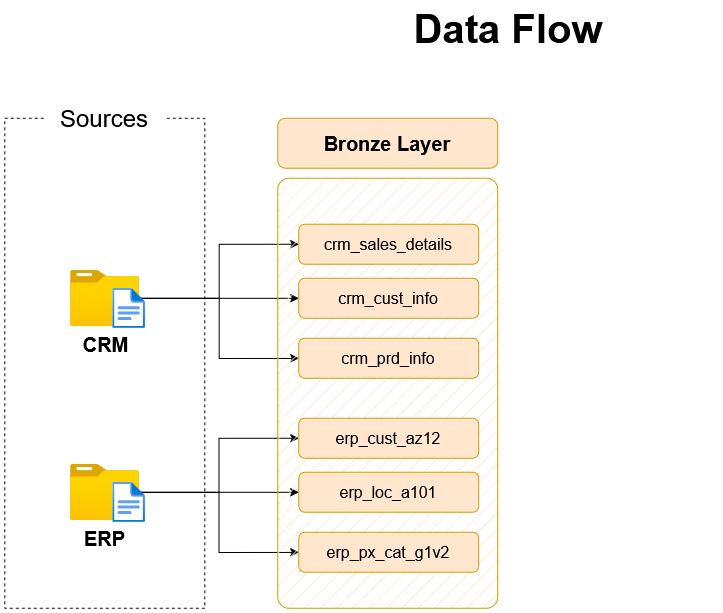
Earlier version of the draw.io export docs/3.data_flow.drawio.png (Dina-Sameh/sql-data-warehouse-project). Source tidied: cells renumbered, new cells last; positions are measured from the earlier drawing's top-left corner, leaving out a move shared by most shapes.
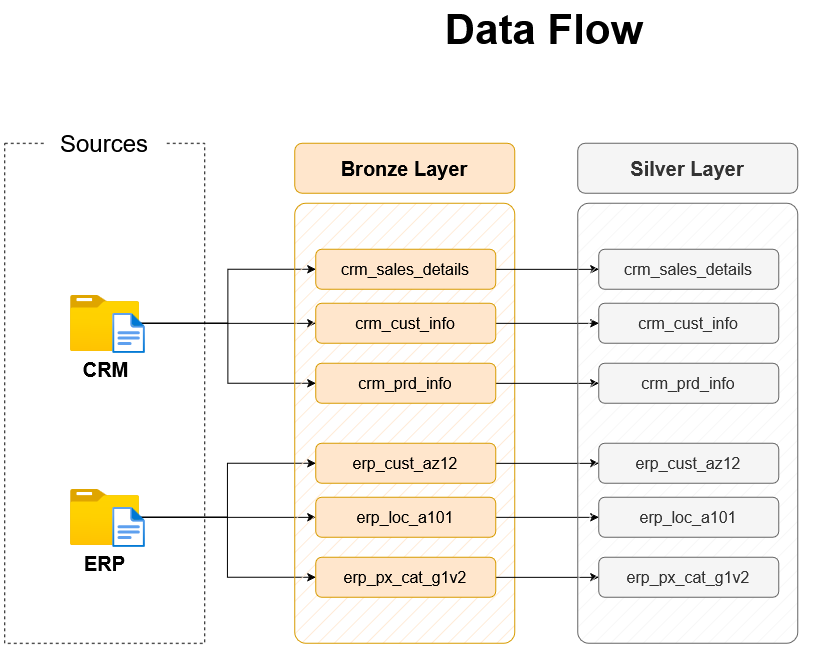
The same diagram one commit later.

Commit message:
feat(silver): add Silver layer and Bronze quality checks

What changed in the source:
```diff
@@ -2,11 +2,11 @@
   <root>
     <mxCell id="0" />
     <mxCell id="1" parent="0" />
-    <mxCell id="2" style="rounded=0;whiteSpace=wrap;html=1;fillColor=none;dashed=1;" parent="1" vertex="1">
-      <mxGeometry y="110" width="200" height="490" as="geometry" />
-    </mxCell>
+    <mxCell id="23" style="rounded=0;whiteSpace=wrap;html=1;fillColor=none;dashed=1;" parent="1" vertex="1">
+      <mxGeometry x="-17" y="110" width="200" height="500" as="geometry" />
+    </mxCell>
     <mxCell id="3" value="&lt;font style=&quot;font-size: 24px;&quot;&gt;Sources&lt;/font&gt;" style="rounded=1;whiteSpace=wrap;html=1;strokeColor=none;" parent="1" vertex="1">
-      <mxGeometry x="40" y="90" width="120" height="40" as="geometry" />
+      <mxGeometry x="23" y="90" width="120" height="40" as="geometry" />
     </mxCell>
     <mxCell id="4" style="edgeStyle=orthogonalEdgeStyle;rounded=0;jettySize=auto;html=1;entryX=0;entryY=0.5;entryDx=0;entryDy=0;" parent="1" edge="1" source="7" target="15">
       <mxGeometry relative="1" as="geometry" />
@@ -18,7 +18,7 @@
       <mxGeometry relative="1" as="geometry" />
     </mxCell>
     <mxCell id="7" value="&lt;font style=&quot;font-size: 20px;&quot;&gt;&lt;b&gt;CRM&lt;/b&gt;&lt;/font&gt;" style="image;html=1;points=[];align=center;fontSize=12;image=img/lib/azure2/general/Folder_Blank.svg;" parent="1" vertex="1">
-      <mxGeometry x="66" y="262" width="69" height="56" as="geometry" />
+      <mxGeometry x="49" y="262" width="69" height="56" as="geometry" />
     </mxCell>
     <mxCell id="8" style="edgeStyle=orthogonalEdgeStyle;rounded=0;jettySize=auto;html=1;entryX=0;entryY=0.5;entryDx=0;entryDy=0;" parent="1" edge="1" source="11" target="19">
       <mxGeometry relative="1" as="geometry" />
@@ -30,40 +30,82 @@
       <mxGeometry relative="1" as="geometry" />
     </mxCell>
     <mxCell id="11" value="&lt;font style=&quot;font-size: 20px;&quot;&gt;&lt;b&gt;ERP&lt;/b&gt;&lt;/font&gt;" style="image;html=1;points=[];align=center;fontSize=12;image=img/lib/azure2/general/Folder_Blank.svg;" parent="1" vertex="1">
-      <mxGeometry x="65.5" y="456" width="69" height="56" as="geometry" />
+      <mxGeometry x="48.5" y="456" width="69" height="56" as="geometry" />
     </mxCell>
-    <mxCell id="12" style="rounded=1;whiteSpace=wrap;html=1;fillColor=#ffe6cc;strokeColor=#d79b00;fillStyle=hatch;arcSize=5;" parent="1" vertex="1">
-      <mxGeometry x="273" y="170" width="220" height="430" as="geometry" />
-    </mxCell>
+    <mxCell id="24" style="rounded=1;whiteSpace=wrap;html=1;fillColor=#ffe6cc;strokeColor=#d79b00;fillStyle=hatch;arcSize=5;" parent="1" vertex="1">
+      <mxGeometry x="273" y="170" width="220" height="440" as="geometry" />
+    </mxCell>
     <mxCell id="13" value="Bronze Layer" style="rounded=1;whiteSpace=wrap;html=1;fillColor=#ffe6cc;strokeColor=#d79b00;fontSize=20;fontStyle=1;" parent="1" vertex="1">
       <mxGeometry x="273" y="110" width="220" height="50" as="geometry" />
     </mxCell>
+    <mxCell id="25" style="edgeStyle=orthogonalEdgeStyle;rounded=0;jettySize=auto;html=1;entryX=0;entryY=0.5;entryDx=0;entryDy=0;" parent="1" edge="1" source="14" target="33">
+      <mxGeometry relative="1" as="geometry" />
+    </mxCell>
     <mxCell id="14" value="crm_sales_details" style="rounded=1;whiteSpace=wrap;html=1;fillColor=#ffe6cc;strokeColor=#d79b00;fontSize=16;fontStyle=0;" parent="1" vertex="1">
       <mxGeometry x="294" y="216" width="180" height="40" as="geometry" />
     </mxCell>
+    <mxCell id="26" style="edgeStyle=orthogonalEdgeStyle;rounded=0;jettySize=auto;html=1;" parent="1" edge="1" source="15" target="34">
+      <mxGeometry relative="1" as="geometry" />
+    </mxCell>
     <mxCell id="15" value="crm_cust_info" style="rounded=1;whiteSpace=wrap;html=1;fillColor=#ffe6cc;strokeColor=#d79b00;fontSize=16;fontStyle=0;" parent="1" vertex="1">
       <mxGeometry x="294" y="270" width="180" height="40" as="geometry" />
     </mxCell>
+    <mxCell id="27" style="edgeStyle=orthogonalEdgeStyle;rounded=0;jettySize=auto;html=1;entryX=0;entryY=0.5;entryDx=0;entryDy=0;" parent="1" edge="1" source="16" target="35">
+      <mxGeometry relative="1" as="geometry" />
+    </mxCell>
     <mxCell id="16" value="crm_prd_info" style="rounded=1;whiteSpace=wrap;html=1;fillColor=#ffe6cc;strokeColor=#d79b00;fontSize=16;fontStyle=0;" parent="1" vertex="1">
       <mxGeometry x="294" y="330" width="180" height="40" as="geometry" />
     </mxCell>
+    <mxCell id="28" style="edgeStyle=orthogonalEdgeStyle;rounded=0;jettySize=auto;html=1;entryX=0;entryY=0.5;entryDx=0;entryDy=0;" parent="1" edge="1" source="17" target="36">
+      <mxGeometry relative="1" as="geometry" />
+    </mxCell>
     <mxCell id="17" value="erp_cust_az12" style="rounded=1;whiteSpace=wrap;html=1;fillColor=#ffe6cc;strokeColor=#d79b00;fontSize=16;fontStyle=0;" parent="1" vertex="1">
       <mxGeometry x="294" y="410" width="180" height="40" as="geometry" />
     </mxCell>
+    <mxCell id="29" style="edgeStyle=orthogonalEdgeStyle;rounded=0;jettySize=auto;html=1;entryX=0;entryY=0.5;entryDx=0;entryDy=0;" parent="1" edge="1" source="18" target="37">
+      <mxGeometry relative="1" as="geometry" />
+    </mxCell>
     <mxCell id="18" value="erp_loc_a101" style="rounded=1;whiteSpace=wrap;html=1;fillColor=#ffe6cc;strokeColor=#d79b00;fontSize=16;fontStyle=0;" parent="1" vertex="1">
       <mxGeometry x="294" y="464" width="180" height="40" as="geometry" />
     </mxCell>
+    <mxCell id="30" style="edgeStyle=orthogonalEdgeStyle;rounded=0;jettySize=auto;html=1;entryX=0;entryY=0.5;entryDx=0;entryDy=0;" parent="1" edge="1" source="19" target="38">
+      <mxGeometry relative="1" as="geometry" />
+    </mxCell>
     <mxCell id="19" value="erp_px_cat_g1v2" style="rounded=1;whiteSpace=wrap;html=1;fillColor=#ffe6cc;strokeColor=#d79b00;fontSize=16;fontStyle=0;" parent="1" vertex="1">
       <mxGeometry x="294" y="524" width="180" height="40" as="geometry" />
     </mxCell>
-    <mxCell id="20" style="image;html=1;align=center;fontSize=12;image=img/lib/azure2/general/File.svg;" parent="1" vertex="1">
-      <mxGeometry x="108.1" y="280" width="32.5" height="40" as="geometry" />
-    </mxCell>
-    <mxCell id="21" style="image;html=1;align=center;fontSize=12;image=img/lib/azure2/general/File.svg;" parent="1" vertex="1">
-      <mxGeometry x="108.1" y="474" width="32.5" height="40" as="geometry" />
-    </mxCell>
+    <mxCell id="31" style="rounded=1;whiteSpace=wrap;html=1;fillColor=#f5f5f5;strokeColor=#666666;fillStyle=hatch;arcSize=5;fontColor=#333333;" parent="1" vertex="1">
+      <mxGeometry x="556" y="170" width="220" height="440" as="geometry" />
+    </mxCell>
+    <mxCell id="32" value="Silver Layer" style="rounded=1;whiteSpace=wrap;html=1;fillColor=#f5f5f5;strokeColor=#666666;fontSize=20;fontStyle=1;fontColor=#333333;" parent="1" vertex="1">
+      <mxGeometry x="556" y="110" width="220" height="50" as="geometry" />
+    </mxCell>
+    <mxCell id="33" value="crm_sales_details" style="rounded=1;whiteSpace=wrap;html=1;fillColor=#f5f5f5;strokeColor=#666666;fontSize=16;fontStyle=0;fontColor=#333333;" parent="1" vertex="1">
+      <mxGeometry x="577" y="216" width="180" height="40" as="geometry" />
+    </mxCell>
+    <mxCell id="34" value="crm_cust_info" style="rounded=1;whiteSpace=wrap;html=1;fillColor=#f5f5f5;strokeColor=#666666;fontSize=16;fontStyle=0;fontColor=#333333;" parent="1" vertex="1">
+      <mxGeometry x="577" y="270" width="180" height="40" as="geometry" />
+    </mxCell>
+    <mxCell id="35" value="crm_prd_info" style="rounded=1;whiteSpace=wrap;html=1;fillColor=#f5f5f5;strokeColor=#666666;fontSize=16;fontStyle=0;fontColor=#333333;" parent="1" vertex="1">
+      <mxGeometry x="577" y="330" width="180" height="40" as="geometry" />
+    </mxCell>
+    <mxCell id="36" value="erp_cust_az12" style="rounded=1;whiteSpace=wrap;html=1;fillColor=#f5f5f5;strokeColor=#666666;fontSize=16;fontStyle=0;fontColor=#333333;" parent="1" vertex="1">
+      <mxGeometry x="577" y="410" width="180" height="40" as="geometry" />
+    </mxCell>
+    <mxCell id="37" value="erp_loc_a101" style="rounded=1;whiteSpace=wrap;html=1;fillColor=#f5f5f5;strokeColor=#666666;fontSize=16;fontStyle=0;fontColor=#333333;" parent="1" vertex="1">
+      <mxGeometry x="577" y="464" width="180" height="40" as="geometry" />
+    </mxCell>
+    <mxCell id="38" value="erp_px_cat_g1v2" style="rounded=1;whiteSpace=wrap;html=1;fillColor=#f5f5f5;strokeColor=#666666;fontSize=16;fontStyle=0;fontColor=#333333;" parent="1" vertex="1">
+      <mxGeometry x="577" y="524" width="180" height="40" as="geometry" />
+    </mxCell>
+    <mxCell id="39" style="image;html=1;align=center;fontSize=12;image=img/lib/azure2/general/File.svg;" parent="1" vertex="1">
+      <mxGeometry x="91.1" y="280" width="32.5" height="40" as="geometry" />
+    </mxCell>
+    <mxCell id="40" style="image;html=1;align=center;fontSize=12;image=img/lib/azure2/general/File.svg;" parent="1" vertex="1">
+      <mxGeometry x="91.1" y="474" width="32.5" height="40" as="geometry" />
+    </mxCell>
-    <mxCell id="22" value="&lt;font style=&quot;font-size: 40px;&quot;&gt;Data Flow&lt;/font&gt;" style="text;html=1;whiteSpace=wrap;strokeColor=none;fillColor=none;align=center;verticalAlign=middle;rounded=0;fontStyle=1;" parent="1" vertex="1">
-      <mxGeometry x="294" width="420" height="40" as="geometry" />
+    <mxCell id="22" value="&lt;font style=&quot;font-size: 42px;&quot;&gt;&lt;b style=&quot;border-color: var(--border-color); text-align: left;&quot;&gt;Data Flow&lt;/b&gt;&lt;/font&gt;" style="text;html=1;strokeColor=none;fillColor=none;align=center;verticalAlign=middle;whiteSpace=wrap;rounded=0;" parent="1" vertex="1">
+      <mxGeometry x="238" y="-29" width="570" height="50" as="geometry" />
     </mxCell>
   </root>
 </mxGraphModel>
```
